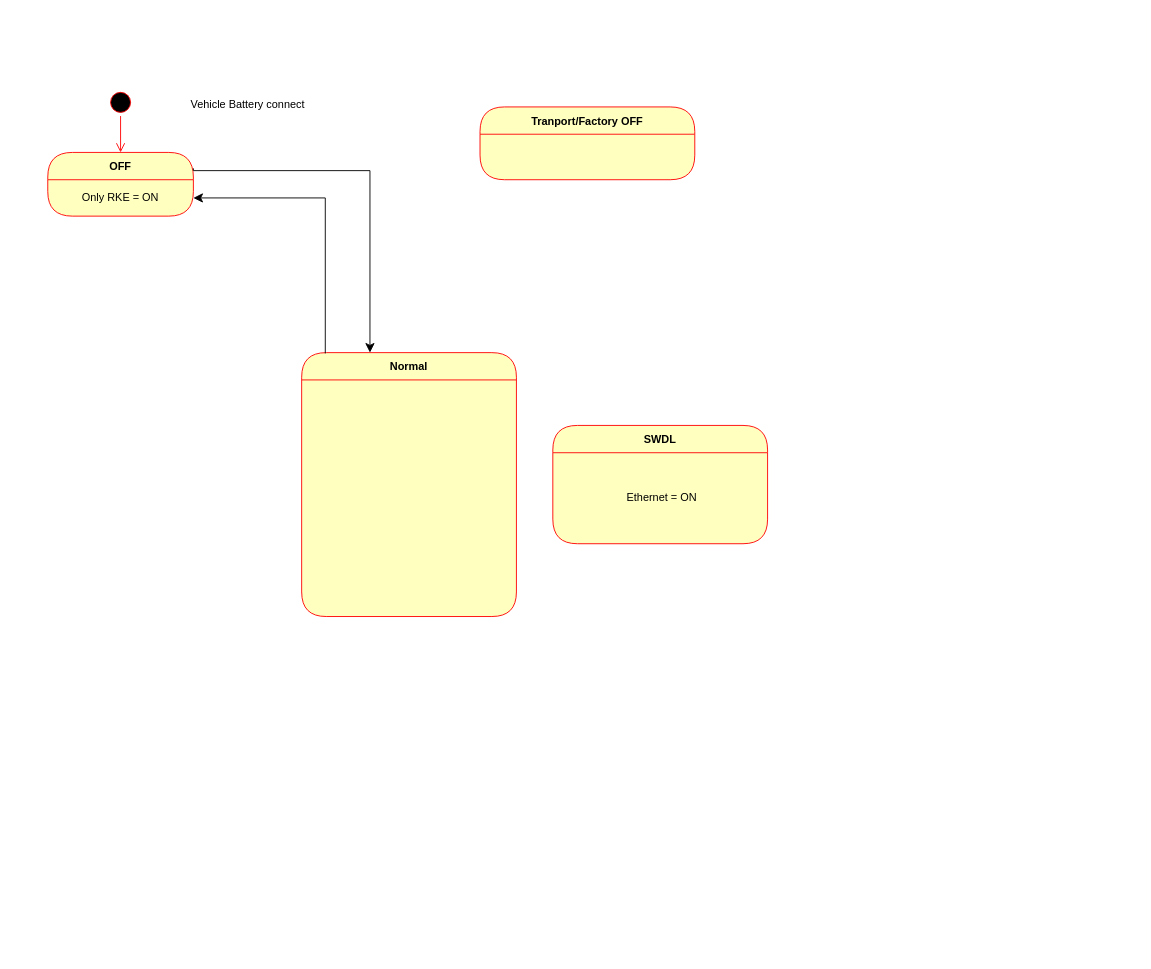
This is 未命名绘图.drawio from guodanfei/tool, a draw.io file, before an edit. Source tidied: cells renumbered, new cells numbered last; positions are measured from the earlier drawing's top-left corner, leaving out a move shared by most shapes. Both pictures are drawn from the tidied source at 91%, with x=0, y=0 at pixel (47, 88).
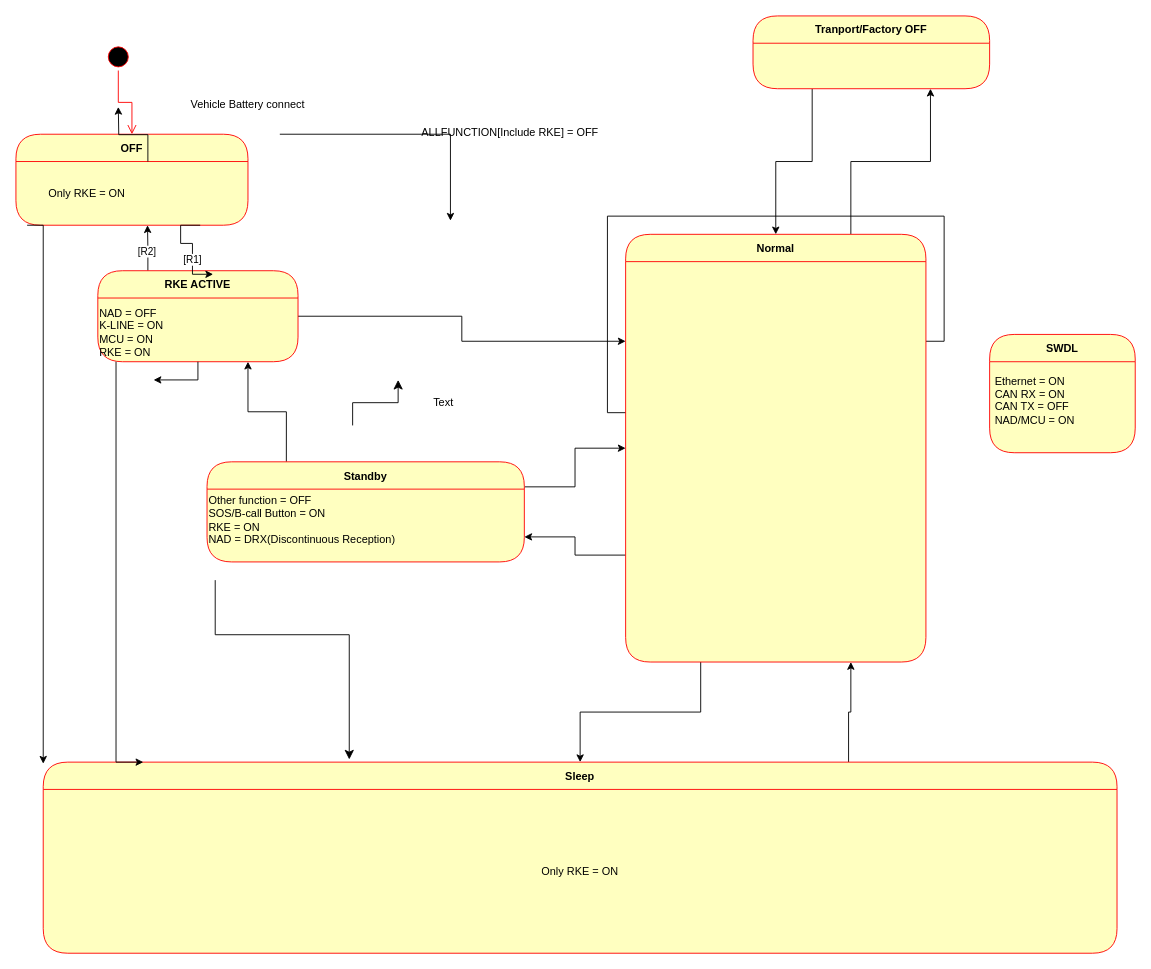
The same page after the edit.

Commit message:
TCAM电源管理图.drawio

Diff of the diagram source:
```diff
@@
-    <mxCell id="2" value="OFF" style="swimlane;fontStyle=1;align=center;verticalAlign=middle;horizontal=1;startSize=30;fontColor=#000000;rounded=1;arcSize=30;strokeColor=#ff0000;fillColor=#ffffc0;swimlaneFillColor=#ffffc0;" parent="1" vertex="1">
-      <mxGeometry y="70" width="160" height="70" as="geometry" />
-    </mxCell>
-    <mxCell id="3" value="Only RKE = ON" style="text;html=1;strokeColor=none;fillColor=none;align=center;verticalAlign=middle;spacingLeft=4;spacingRight=4;whiteSpace=wrap;overflow=hidden;fontColor=#000000;" parent="2" vertex="1">
-      <mxGeometry y="30" width="160" height="40" as="geometry" />
-    </mxCell>
@@
+    <mxCell id="14" style="edgeStyle=orthogonalEdgeStyle;rounded=0;jettySize=auto;html=1;exitX=0;exitY=0.75;exitDx=0;exitDy=0;entryX=1;entryY=0.75;entryDx=0;entryDy=0;" parent="1" edge="1" source="6" target="42">
+      <mxGeometry relative="1" as="geometry" />
+    </mxCell>
+    <mxCell id="15" style="edgeStyle=orthogonalEdgeStyle;rounded=0;jettySize=auto;html=1;exitX=0.25;exitY=1;exitDx=0;exitDy=0;" parent="1" edge="1" source="6" target="20">
+      <mxGeometry relative="1" as="geometry" />
+    </mxCell>
+    <mxCell id="16" style="edgeStyle=orthogonalEdgeStyle;rounded=0;jettySize=auto;html=1;exitX=0.75;exitY=0;exitDx=0;exitDy=0;entryX=0.75;entryY=1;entryDx=0;entryDy=0;" parent="1" edge="1" source="6" target="11">
+      <mxGeometry relative="1" as="geometry" />
+    </mxCell>
+    <mxCell id="17" style="edgeStyle=orthogonalEdgeStyle;rounded=0;jettySize=auto;html=1;exitX=1;exitY=0.25;exitDx=0;exitDy=0;entryX=0;entryY=0.5;entryDx=0;entryDy=0;" parent="1" edge="1" source="6">
+      <mxGeometry relative="1" as="geometry">
+        <mxPoint x="725" y="335" as="targetPoint" />
+      </mxGeometry>
+    </mxCell>
     <mxCell id="6" value="Normal" style="swimlane;fontStyle=1;align=center;verticalAlign=middle;horizontal=1;startSize=30;fontColor=#000000;rounded=1;arcSize=30;strokeColor=#ff0000;fillColor=#ffffc0;swimlaneFillColor=#ffffc0;" parent="1" vertex="1">
-      <mxGeometry x="279" y="290" width="236" height="290" as="geometry" />
+      <mxGeometry x="635" y="160" width="330" height="470" as="geometry" />
     </mxCell>
     <mxCell id="7" style="ellipse;html=1;shape=startState;fillColor=#000000;strokeColor=#ff0000;" parent="1" vertex="1">
-      <mxGeometry x="65" width="30" height="30" as="geometry" />
+      <mxGeometry x="62.5" y="-50" width="30" height="30" as="geometry" />
     </mxCell>
@@
-    <mxCell id="9" style="edgeStyle=elbowEdgeStyle;elbow=vertical;endArrow=classic;html=1;curved=0;rounded=0;endSize=8;startSize=8;exitX=1;exitY=0.25;exitDx=0;exitDy=0;entryX=0.318;entryY=0;entryDx=0;entryDy=0;entryPerimeter=0;" parent="1" edge="1" source="2" target="6">
-      <mxGeometry relative="1" as="geometry">
-        <Array as="points">
-          <mxPoint x="225" y="90" />
-          <mxPoint x="275" y="110" />
-        </Array>
-      </mxGeometry>
-    </mxCell>
-    <mxCell id="10" style="edgeStyle=elbowEdgeStyle;elbow=vertical;endArrow=classic;html=1;curved=0;rounded=0;endSize=8;startSize=8;exitX=0.11;exitY=0.003;exitDx=0;exitDy=0;exitPerimeter=0;entryX=1;entryY=0.5;entryDx=0;entryDy=0;" parent="1" edge="1" source="6" target="3">
-      <mxGeometry relative="1" as="geometry">
-        <Array as="points">
-          <mxPoint x="235" y="120" />
-          <mxPoint x="76.5" y="240" />
-        </Array>
-      </mxGeometry>
-    </mxCell>
+    <mxCell id="18" style="edgeStyle=orthogonalEdgeStyle;rounded=0;jettySize=auto;html=1;exitX=0.25;exitY=1;exitDx=0;exitDy=0;" parent="1" edge="1" source="11" target="6">
+      <mxGeometry relative="1" as="geometry" />
+    </mxCell>
+    <mxCell id="19" style="edgeStyle=orthogonalEdgeStyle;rounded=0;jettySize=auto;html=1;exitX=0.75;exitY=0;exitDx=0;exitDy=0;entryX=0.75;entryY=1;entryDx=0;entryDy=0;" parent="1" edge="1" source="20" target="6">
+      <mxGeometry relative="1" as="geometry" />
+    </mxCell>
+    <mxCell id="20" value="Sleep" style="swimlane;fontStyle=1;align=center;verticalAlign=middle;horizontal=1;startSize=30;fontColor=#000000;rounded=1;arcSize=30;strokeColor=#ff0000;fillColor=#ffffc0;swimlaneFillColor=#ffffc0;" parent="1" vertex="1">
+      <mxGeometry x="-5" y="740" width="1180" height="210" as="geometry" />
+    </mxCell>
+    <mxCell id="21" value="Only RKE = ON" style="text;html=1;strokeColor=none;fillColor=none;align=center;verticalAlign=middle;spacingLeft=4;spacingRight=4;whiteSpace=wrap;overflow=hidden;fontColor=#000000;" parent="20" vertex="1">
+      <mxGeometry y="30" width="1180" height="180" as="geometry" />
+    </mxCell>
+    <mxCell id="22" style="edgeStyle=orthogonalEdgeStyle;rounded=0;jettySize=auto;html=1;exitX=0.25;exitY=0;exitDx=0;exitDy=0;entryX=0.75;entryY=1;entryDx=0;entryDy=0;" parent="1" edge="1" source="42" target="37">
+      <mxGeometry relative="1" as="geometry" />
+    </mxCell>
+    <mxCell id="23" style="edgeStyle=orthogonalEdgeStyle;rounded=0;jettySize=auto;html=1;exitX=1;exitY=0.25;exitDx=0;exitDy=0;entryX=0;entryY=0.5;entryDx=0;entryDy=0;" parent="1" edge="1" source="42" target="6">
+      <mxGeometry relative="1" as="geometry" />
+    </mxCell>
+    <mxCell id="24" style="edgeStyle=orthogonalEdgeStyle;rounded=0;jettySize=auto;html=1;exitX=1;exitY=0.5;exitDx=0;exitDy=0;entryX=0;entryY=0.25;entryDx=0;entryDy=0;" parent="1" edge="1" source="37" target="6">
+      <mxGeometry relative="1" as="geometry" />
+    </mxCell>
+    <mxCell id="25" style="edgeStyle=elbowEdgeStyle;elbow=vertical;endArrow=classic;html=1;curved=0;rounded=0;endSize=8;startSize=8;entryX=0.285;entryY=-0.014;entryDx=0;entryDy=0;entryPerimeter=0;" parent="1" edge="1" target="20">
+      <mxGeometry relative="1" as="geometry">
+        <mxPoint x="184" y="540" as="sourcePoint" />
+        <Array as="points">
+          <mxPoint x="132" y="600" />
+        </Array>
+      </mxGeometry>
+    </mxCell>
+    <mxCell id="26" style="edgeStyle=orthogonalEdgeStyle;rounded=0;orthogonalLoop=1;jettySize=auto;html=1;exitX=1;exitY=0;exitDx=0;exitDy=0;entryX=0.25;entryY=0;entryDx=0;entryDy=0;" parent="1" edge="1">
+      <mxGeometry relative="1" as="geometry">
+        <mxPoint x="255" y="50" as="sourcePoint" />
+        <mxPoint x="442.5" y="145" as="targetPoint" />
+        <Array as="points">
+          <mxPoint x="443" y="50" />
+        </Array>
+      </mxGeometry>
+    </mxCell>
+    <mxCell id="27" style="group;" parent="1" vertex="1">
+      <mxGeometry x="-5" y="50" width="230" height="100" as="geometry" />
+    </mxCell>
+    <mxCell id="2" value="OFF" style="swimlane;fontStyle=1;align=center;verticalAlign=middle;horizontal=1;startSize=30;fontColor=#000000;rounded=1;arcSize=30;strokeColor=#ff0000;fillColor=#ffffc0;swimlaneFillColor=#ffffc0;" parent="27" vertex="1">
+      <mxGeometry x="-30" width="255" height="100" as="geometry" />
+    </mxCell>
+    <mxCell id="28" style="edgeStyle=orthogonalEdgeStyle;rounded=0;jettySize=auto;html=1;" parent="2" edge="1" source="3">
+      <mxGeometry relative="1" as="geometry">
+        <mxPoint x="112.5" y="-30" as="targetPoint" />
+      </mxGeometry>
+    </mxCell>
+    <mxCell id="3" value="Only RKE = ON" style="text;html=1;strokeColor=none;fillColor=none;align=left;verticalAlign=middle;spacingLeft=4;spacingRight=4;whiteSpace=wrap;overflow=hidden;fontColor=#000000;" parent="27" vertex="1">
+      <mxGeometry y="30" width="230" height="70" as="geometry" />
+    </mxCell>
+    <mxCell id="29" value="Text" style="text;strokeColor=none;align=center;fillColor=none;html=1;verticalAlign=middle;whiteSpace=wrap;rounded=0;" parent="1" vertex="1">
+      <mxGeometry x="405" y="330" width="60" height="30" as="geometry" />
+    </mxCell>
+    <mxCell id="30" style="group;" parent="1" vertex="1">
+      <mxGeometry x="405" width="260" height="80" as="geometry" />
+    </mxCell>
+    <mxCell id="31" style="group;" parent="30" vertex="1">
+      <mxGeometry width="260" height="80" as="geometry" />
+    </mxCell>
+    <mxCell id="32" value="ALLFUNCTION[Include RKE] = OFF&lt;div&gt;&lt;br&gt;&lt;/div&gt;" style="text;html=1;strokeColor=none;fillColor=none;align=left;verticalAlign=middle;spacingLeft=4;spacingRight=4;whiteSpace=wrap;overflow=hidden;fontColor=#000000;" parent="31" vertex="1">
+      <mxGeometry y="30" width="260" height="50" as="geometry" />
+    </mxCell>
+    <mxCell id="12" value="SWDL" style="swimlane;fontStyle=1;align=center;verticalAlign=middle;horizontal=1;startSize=30;fontColor=#000000;rounded=1;arcSize=30;strokeColor=#ff0000;fillColor=#ffffc0;swimlaneFillColor=#ffffc0;" parent="1" vertex="1">
+      <mxGeometry x="1035" y="270" width="160" height="130" as="geometry" />
+    </mxCell>
+    <mxCell id="33" value="Ethernet = ON&lt;br&gt;CAN RX = ON&lt;br&gt;CAN TX = OFF&lt;br&gt;NAD/MCU = ON&lt;br&gt;&lt;div&gt;&lt;br&gt;&lt;/div&gt;" style="text;html=1;strokeColor=none;fillColor=none;align=left;verticalAlign=middle;spacingLeft=4;spacingRight=4;whiteSpace=wrap;overflow=hidden;fontColor=#000000;" parent="12" vertex="1">
+      <mxGeometry y="30" width="160" height="100" as="geometry" />
+    </mxCell>
+    <mxCell id="34" style="group;align=left;" parent="1" vertex="1">
+      <mxGeometry x="55" y="200" width="220" height="100" as="geometry" />
+    </mxCell>
+    <mxCell id="35" style="edgeStyle=orthogonalEdgeStyle;rounded=0;jettySize=auto;html=1;exitX=0.25;exitY=0;exitDx=0;exitDy=0;" parent="34" edge="1" source="37">
+      <mxGeometry relative="1" as="geometry">
+        <mxPoint x="54.6" y="-50" as="targetPoint" />
+      </mxGeometry>
+    </mxCell>
+    <mxCell id="36" value="[R2]" style="edgeLabel;html=1;align=center;verticalAlign=middle;" parent="35" vertex="1">
+      <mxGeometry x="-0.13" y="2" relative="1" as="geometry" />
+    </mxCell>
+    <mxCell id="37" value="RKE ACTIVE" style="swimlane;fontStyle=1;align=center;verticalAlign=middle;horizontal=1;startSize=30;fontColor=#000000;rounded=1;arcSize=30;strokeColor=#ff0000;fillColor=#ffffc0;swimlaneFillColor=#ffffc0;" parent="34" vertex="1">
+      <mxGeometry width="220" height="100" as="geometry" />
+    </mxCell>
+    <mxCell id="38" style="edgeStyle=orthogonalEdgeStyle;rounded=0;jettySize=auto;html=1;" parent="34" edge="1" source="39">
+      <mxGeometry relative="1" as="geometry">
+        <mxPoint x="60.8" y="120" as="targetPoint" />
+      </mxGeometry>
+    </mxCell>
+    <mxCell id="39" value="NAD = OFF&lt;br&gt;K-LINE = ON&lt;br&gt;MCU = ON&lt;div&gt;RKE = ON&lt;/div&gt;" style="text;strokeColor=none;align=left;fillColor=none;html=1;verticalAlign=middle;whiteSpace=wrap;rounded=0;" parent="34" vertex="1">
+      <mxGeometry y="35" width="220" height="65" as="geometry" />
+    </mxCell>
+    <mxCell id="40" style="group;" parent="1" vertex="1">
+      <mxGeometry x="175" y="410" width="359" height="110" as="geometry" />
+    </mxCell>
+    <mxCell id="41" style="group;" parent="40" vertex="1">
+      <mxGeometry width="359" height="110" as="geometry" />
+    </mxCell>
+    <mxCell id="42" value="Standby" style="swimlane;fontStyle=1;align=center;verticalAlign=middle;horizontal=1;startSize=30;fontColor=#000000;rounded=1;arcSize=30;strokeColor=#ff0000;fillColor=#ffffc0;swimlaneFillColor=#ffffc0;" parent="41" vertex="1">
+      <mxGeometry width="348.7" height="110" as="geometry" />
+    </mxCell>
+    <mxCell id="43" value="&lt;div style=&quot;&quot;&gt;&lt;span style=&quot;background-color: initial;&quot;&gt;Other function = OFF&lt;/span&gt;&lt;/div&gt;&lt;div style=&quot;&quot;&gt;&lt;span style=&quot;background-color: initial;&quot;&gt;SOS/B-call Button = ON&lt;/span&gt;&lt;/div&gt;RKE = ON&lt;br&gt;NAD = DRX(Discontinuous Reception)" style="text;strokeColor=none;align=left;fillColor=none;html=1;verticalAlign=middle;whiteSpace=wrap;rounded=0;" parent="41" vertex="1">
+      <mxGeometry y="30" width="359" height="68.8" as="geometry" />
+    </mxCell>
-    <mxCell id="11" value="Tranport/Factory OFF" style="swimlane;fontStyle=1;align=center;verticalAlign=middle;horizontal=1;startSize=30;fontColor=#000000;rounded=1;arcSize=30;strokeColor=#ff0000;fillColor=#ffffc0;swimlaneFillColor=#ffffc0;" parent="1" vertex="1">
-      <mxGeometry x="475" y="20" width="236" height="80" as="geometry" />
+    <mxCell id="11" value="Tranport/Factory OFF" style="swimlane;fontStyle=1;align=center;verticalAlign=middle;horizontal=1;startSize=30;fontColor=#000000;rounded=1;arcSize=30;strokeColor=#ff0000;fillColor=#ffffc0;swimlaneFillColor=#ffffc0;whiteSpace=wrap;html=1;" parent="1" vertex="1">
+      <mxGeometry x="775" y="-80" width="260" height="80" as="geometry" />
     </mxCell>
-    <mxCell id="12" value="SWDL" style="swimlane;fontStyle=1;align=center;verticalAlign=middle;horizontal=1;startSize=30;fontColor=#000000;rounded=1;arcSize=30;strokeColor=#ff0000;fillColor=#ffffc0;swimlaneFillColor=#ffffc0;" parent="1" vertex="1">
-      <mxGeometry x="555" y="370" width="236" height="130" as="geometry" />
-    </mxCell>
-    <mxCell id="13" value="Ethernet = ON" style="text;strokeColor=none;align=center;fillColor=none;html=1;verticalAlign=middle;whiteSpace=wrap;rounded=0;" parent="1" vertex="1">
-      <mxGeometry x="575" y="410" width="200" height="80" as="geometry" />
-    </mxCell>
+    <mxCell id="44" style="edgeStyle=orthogonalEdgeStyle;rounded=0;jettySize=auto;html=1;exitX=0.75;exitY=1;exitDx=0;exitDy=0;entryX=0.576;entryY=0.039;entryDx=0;entryDy=0;entryPerimeter=0;" parent="1" edge="1" source="3" target="37">
+      <mxGeometry relative="1" as="geometry">
+        <Array as="points">
+          <mxPoint x="146" y="150" />
+          <mxPoint x="146" y="170" />
+          <mxPoint x="159" y="170" />
+        </Array>
+      </mxGeometry>
+    </mxCell>
+    <mxCell id="45" value="[R1]" style="edgeLabel;html=1;align=center;verticalAlign=middle;" parent="44" vertex="1">
+      <mxGeometry x="0.29" y="-1" relative="1" as="geometry" />
+    </mxCell>
+    <mxCell id="46" style="edgeStyle=orthogonalEdgeStyle;rounded=0;orthogonalLoop=1;jettySize=auto;html=1;" parent="1" edge="1">
+      <mxGeometry relative="1" as="geometry">
+        <mxPoint x="75" y="300" as="sourcePoint" />
+        <mxPoint x="105" y="740" as="targetPoint" />
+        <Array as="points">
+          <mxPoint x="75" y="740" />
+        </Array>
+      </mxGeometry>
+    </mxCell>
+    <mxCell id="47" style="edgeStyle=orthogonalEdgeStyle;rounded=0;orthogonalLoop=1;jettySize=auto;html=1;exitX=0;exitY=1;exitDx=0;exitDy=0;entryX=0.015;entryY=0.008;entryDx=0;entryDy=0;entryPerimeter=0;" parent="1" edge="1">
+      <mxGeometry relative="1" as="geometry">
+        <mxPoint x="-22.7" y="150" as="sourcePoint" />
+        <mxPoint x="-5" y="741.7" as="targetPoint" />
+        <Array as="points">
+          <mxPoint x="-4.7" y="150" />
+        </Array>
+      </mxGeometry>
+    </mxCell>
```
